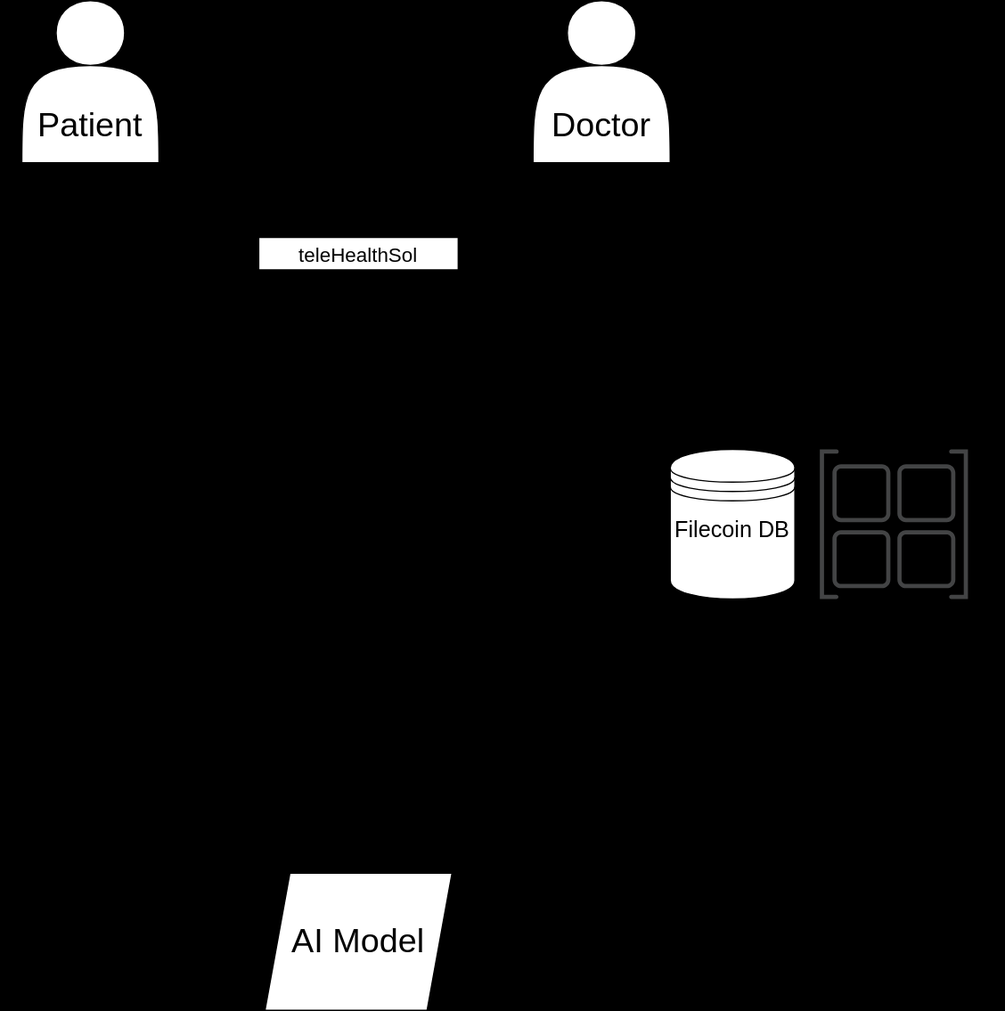
Earlier version of the draw.io export architecture.drawio.svg (sabbCodes/telehealth). Source tidied: cells renumbered, new cells last; positions are measured from the earlier drawing's top-left corner, leaving out a move shared by most shapes.
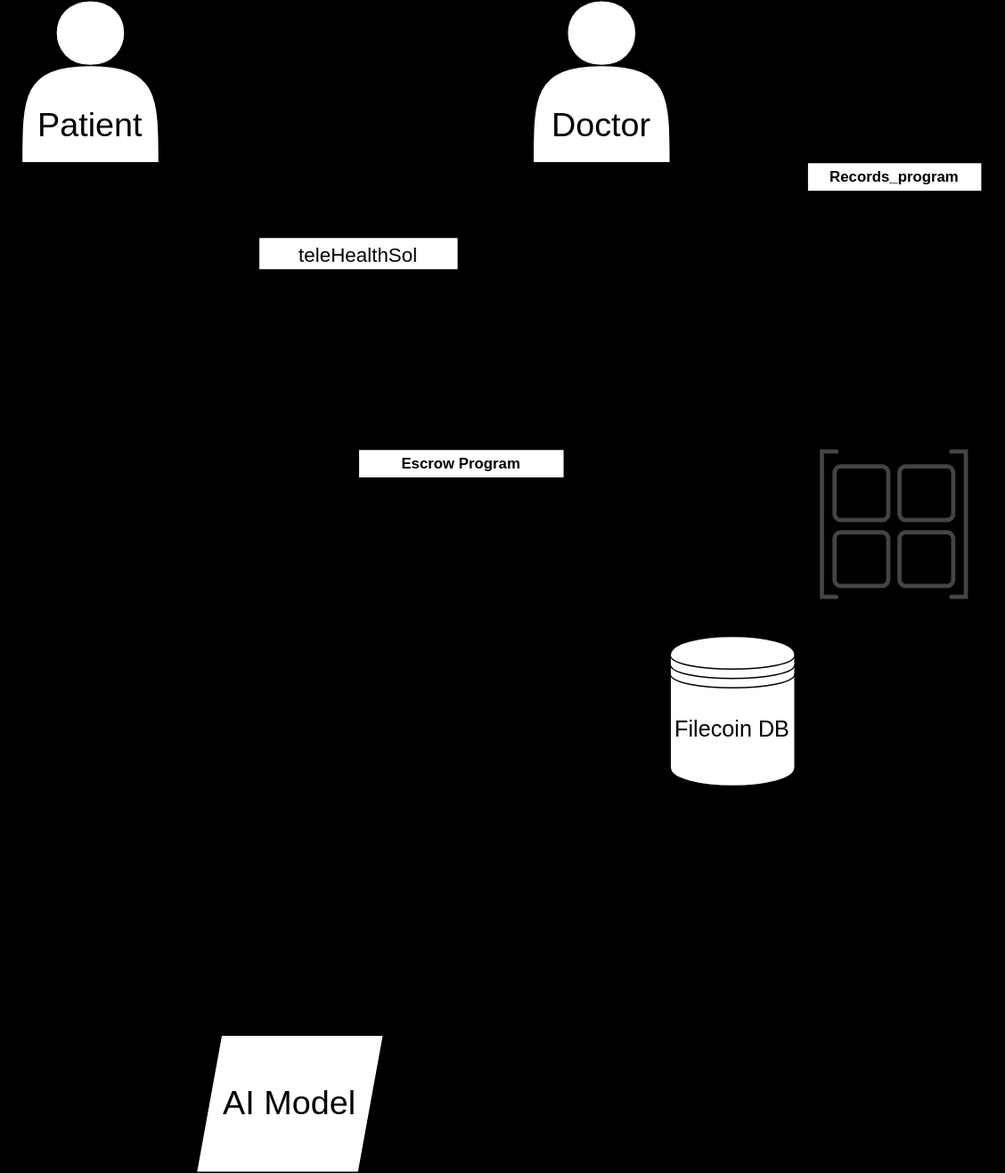
The same diagram one commit later.

What changed in the source:
```diff
@@ -40,10 +40,10 @@
       <mxGeometry relative="1" as="geometry" />
     </mxCell>
     <mxCell id="13" style="shape=datastore;whiteSpace=wrap;html=1;" parent="1" vertex="1">
-      <mxGeometry x="530" y="360" width="100" height="120" as="geometry" />
+      <mxGeometry x="530" y="510" width="100" height="120" as="geometry" />
     </mxCell>
     <mxCell id="14" value="&lt;font style=&quot;font-size: 18px;&quot;&gt;Filecoin DB&lt;/font&gt;" style="text;html=1;align=center;verticalAlign=middle;whiteSpace=wrap;rounded=0;" parent="1" vertex="1">
-      <mxGeometry x="530" y="410" width="100" height="30" as="geometry" />
+      <mxGeometry x="530" y="570" width="100" height="30" as="geometry" />
     </mxCell>
     <mxCell id="15" style="sketch=0;shadow=0;dashed=0;html=1;strokeColor=none;fillColor=#434445;labelPosition=center;verticalLabelPosition=bottom;verticalAlign=top;align=center;outlineConnect=0;shape=mxgraph.vvd.site_container;" parent="1" vertex="1">
       <mxGeometry x="650" y="360" width="118.8" height="120" as="geometry" />
@@ -59,23 +59,23 @@
       </mxGeometry>
     </mxCell>
     <mxCell id="18" style="shape=parallelogram;perimeter=parallelogramPerimeter;whiteSpace=wrap;html=1;fixedSize=1;" parent="1" vertex="1">
-      <mxGeometry x="205" y="700" width="150" height="110" as="geometry" />
+      <mxGeometry x="150" y="830" width="150" height="110" as="geometry" />
     </mxCell>
     <mxCell id="19" value="&lt;font style=&quot;font-size: 27px;&quot;&gt;AI Model&lt;/font&gt;" style="text;html=1;align=center;verticalAlign=middle;whiteSpace=wrap;rounded=0;" parent="1" vertex="1">
-      <mxGeometry x="220" y="735" width="120" height="40" as="geometry" />
+      <mxGeometry x="165" y="865" width="120" height="40" as="geometry" />
     </mxCell>
     <mxCell id="20" style="endArrow=classic;html=1;exitX=0.5;exitY=0;exitDx=0;exitDy=0;entryX=0;entryY=0.75;entryDx=0;entryDy=0;" parent="1" edge="1" source="18" target="14">
       <mxGeometry relative="1" as="geometry">
         <Array as="points">
-          <mxPoint x="280" y="480" />
+          <mxPoint x="270" y="580" />
         </Array>
       </mxGeometry>
     </mxCell>
     <mxCell id="21" style="endArrow=classic;html=1;entryX=1;entryY=0.5;entryDx=0;entryDy=0;" parent="1" edge="1" target="18">
       <mxGeometry relative="1" as="geometry">
-        <mxPoint x="580" y="483" as="sourcePoint" />
+        <mxPoint x="580" y="630" as="sourcePoint" />
         <Array as="points">
-          <mxPoint x="580" y="760" />
+          <mxPoint x="570" y="830" />
         </Array>
       </mxGeometry>
     </mxCell>
@@ -85,7 +85,7 @@
     <mxCell id="23" style="endArrow=classic;html=1;entryX=1;entryY=0.5;entryDx=0;entryDy=0;exitX=1;exitY=0.75;exitDx=0;exitDy=0;" parent="1" edge="1" source="18" target="5">
       <mxGeometry relative="1" as="geometry">
         <Array as="points">
-          <mxPoint x="790" y="790" />
+          <mxPoint x="780" y="920" />
           <mxPoint x="790" y="110" />
         </Array>
       </mxGeometry>
@@ -118,7 +118,7 @@
       <mxGeometry x="420" y="720" width="110" height="30" as="geometry" />
     </mxCell>
     <mxCell id="33" value="&lt;font style=&quot;font-size: 15px;&quot;&gt;Upload trained model to Filecoin&lt;/font&gt;" style="text;html=1;align=center;verticalAlign=middle;whiteSpace=wrap;rounded=0;" parent="1" vertex="1">
-      <mxGeometry x="310" y="420" width="130" height="30" as="geometry" />
+      <mxGeometry x="325" y="550" width="130" height="30" as="geometry" />
     </mxCell>
     <mxCell id="34" style="endArrow=classic;html=1;entryX=0.409;entryY=1.023;entryDx=0;entryDy=0;entryPerimeter=0;exitX=0;exitY=0.5;exitDx=0;exitDy=0;" parent="1" edge="1" source="18" target="35">
       <mxGeometry relative="1" as="geometry" />
@@ -133,7 +133,7 @@
       <mxGeometry x="95" y="150" width="110" height="30" as="geometry" />
     </mxCell>
     <mxCell id="38" value="&lt;font style=&quot;font-size: 15px;&quot;&gt;Doctors can query model for help about differential diagnosis&lt;/font&gt;&lt;div&gt;&lt;font style=&quot;font-size: 15px;&quot;&gt;through Akave&lt;/font&gt;&lt;/div&gt;" style="text;html=1;align=center;verticalAlign=middle;whiteSpace=wrap;rounded=0;" parent="1" vertex="1">
-      <mxGeometry x="630" y="725" width="160" height="50" as="geometry" />
+      <mxGeometry x="610" y="840" width="160" height="50" as="geometry" />
     </mxCell>
     <mxCell id="39" value="&lt;font style=&quot;font-size: 14px;&quot;&gt;through Akave&lt;/font&gt;" style="text;html=1;align=center;verticalAlign=middle;whiteSpace=wrap;rounded=0;" parent="1" vertex="1">
       <mxGeometry x="490" y="300" width="100" height="30" as="geometry" />
@@ -142,7 +142,51 @@
       <mxGeometry x="420" y="750" width="100" height="30" as="geometry" />
     </mxCell>
     <mxCell id="41" value="&lt;font style=&quot;font-size: 14px;&quot;&gt;through Akave&lt;/font&gt;" style="text;html=1;align=center;verticalAlign=middle;whiteSpace=wrap;rounded=0;" parent="1" vertex="1">
-      <mxGeometry x="325" y="470" width="100" height="30" as="geometry" />
+      <mxGeometry x="325" y="580" width="100" height="30" as="geometry" />
     </mxCell>
+    <mxCell id="42" value="Escrow Program" style="swimlane;whiteSpace=wrap;html=1;" parent="1" vertex="1">
+      <mxGeometry x="280" y="360" width="165" height="150" as="geometry" />
+    </mxCell>
+    <mxCell id="43" value="&lt;font style=&quot;font-size: 14px;&quot;&gt;Initialize_booking&lt;/font&gt;" style="text;html=1;align=center;verticalAlign=middle;whiteSpace=wrap;rounded=0;" parent="42" vertex="1">
+      <mxGeometry x="2.5" y="35" width="122.5" height="30" as="geometry" />
+    </mxCell>
+    <mxCell id="44" value="&lt;font style=&quot;font-size: 14px;&quot;&gt;Cancel_booking&lt;/font&gt;" style="text;html=1;align=center;verticalAlign=middle;whiteSpace=wrap;rounded=0;" parent="42" vertex="1">
+      <mxGeometry y="65" width="122.5" height="30" as="geometry" />
+    </mxCell>
+    <mxCell id="45" value="&lt;font style=&quot;font-size: 14px;&quot;&gt;Accept_payments (PDA)&lt;/font&gt;" style="text;html=1;align=center;verticalAlign=middle;whiteSpace=wrap;rounded=0;" parent="42" vertex="1">
+      <mxGeometry y="90" width="130" height="30" as="geometry" />
+    </mxCell>
+    <mxCell id="46" value="&lt;font style=&quot;font-size: 14px;&quot;&gt;Release_payments&lt;/font&gt;" style="text;html=1;align=center;verticalAlign=middle;whiteSpace=wrap;rounded=0;" parent="42" vertex="1">
+      <mxGeometry x="10" y="120" width="122.5" height="30" as="geometry" />
+    </mxCell>
+    <mxCell id="47" value="Records_program" style="swimlane;whiteSpace=wrap;html=1;" parent="1" vertex="1">
+      <mxGeometry x="640" y="130" width="140" height="110" as="geometry" />
+    </mxCell>
+    <mxCell id="48" value="&lt;font style=&quot;font-size: 14px;&quot;&gt;save_records(PDA)&lt;/font&gt;" style="text;html=1;align=center;verticalAlign=middle;whiteSpace=wrap;rounded=0;" parent="47" vertex="1">
+      <mxGeometry x="20" y="26" width="100" height="30" as="geometry" />
+    </mxCell>
+    <mxCell id="49" value="&lt;font style=&quot;font-size: 14px;&quot;&gt;update_state&lt;/font&gt;" style="text;html=1;align=center;verticalAlign=middle;whiteSpace=wrap;rounded=0;" parent="47" vertex="1">
+      <mxGeometry y="56" width="100" height="30" as="geometry" />
+    </mxCell>
+    <mxCell id="50" style="endArrow=classic;html=1;exitX=0.5;exitY=1;exitDx=0;exitDy=0;" parent="1" edge="1" source="2">
+      <mxGeometry relative="1" as="geometry">
+        <mxPoint x="280" y="420" as="targetPoint" />
+      </mxGeometry>
+    </mxCell>
+    <mxCell id="51" style="endArrow=none;dashed=1;html=1;dashPattern=1 3;strokeWidth=2;exitX=1;exitY=0.5;exitDx=0;exitDy=0;entryX=0;entryY=1;entryDx=0;entryDy=0;" parent="1" edge="1" source="42" target="47">
+      <mxGeometry relative="1" as="geometry">
+        <Array as="points">
+          <mxPoint x="620" y="390" />
+        </Array>
+      </mxGeometry>
+    </mxCell>
+    <mxCell id="52" style="endArrow=classic;html=1;entryX=0.609;entryY=1.023;entryDx=0;entryDy=0;entryPerimeter=0;" parent="1" edge="1" target="3">
+      <mxGeometry relative="1" as="geometry">
+        <mxPoint x="450" y="410" as="sourcePoint" />
+        <Array as="points">
+          <mxPoint x="480" y="270" />
+        </Array>
+      </mxGeometry>
+    </mxCell>
   </root>
 </mxGraphModel>
```
